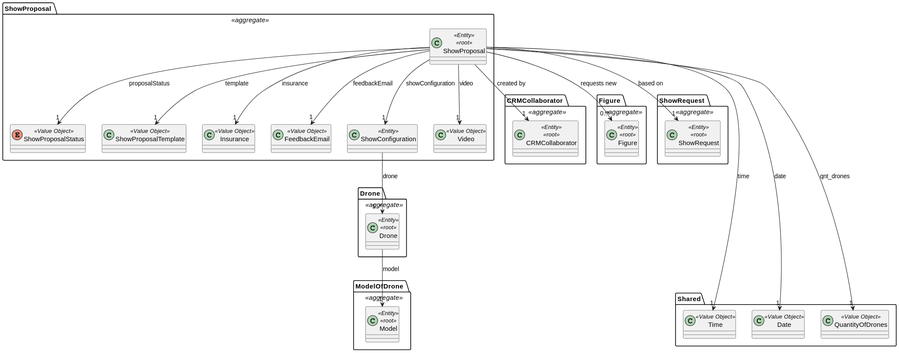
This is docs/global_artifacts/analysis/images/domain_model_show_proposal.svg from diogoveirospro/sem4pi-2024-2025-sem4pi_2024_2025_g44, a PlantUML export, as it was before one commit.
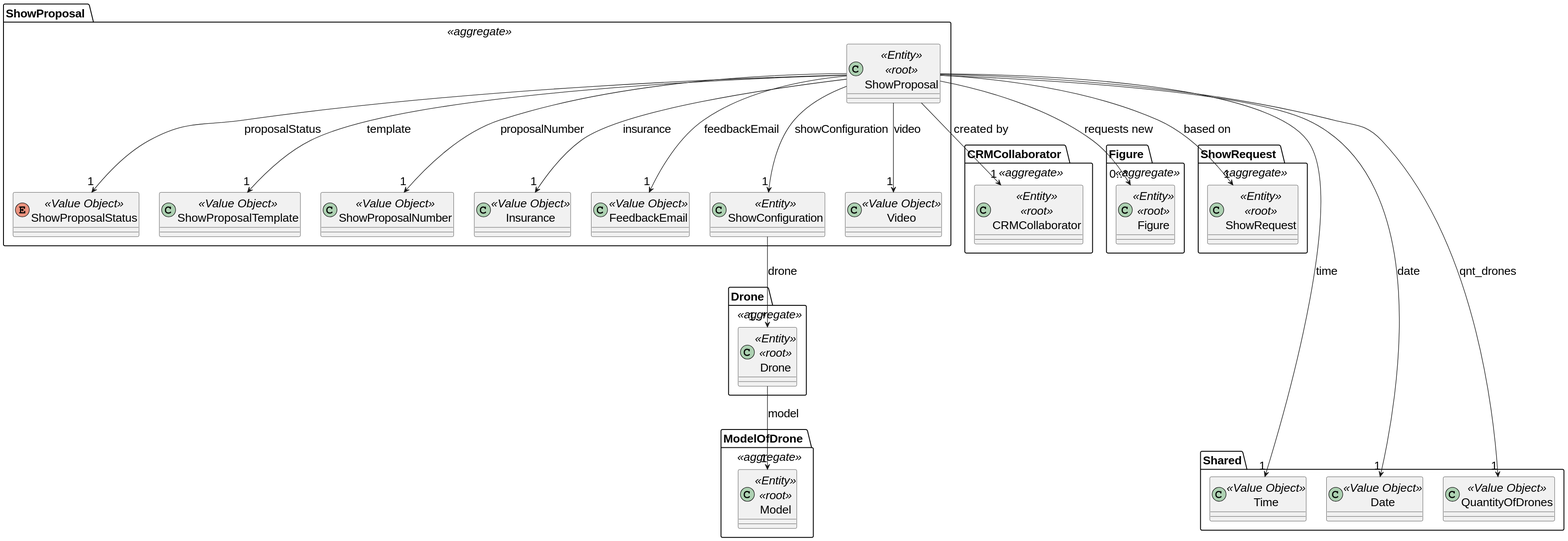
Above is the later version.

Diff of the diagram source:
```diff
@@ -1,4 +1,6 @@
 @startuml
+skinparamlocked defaultFontSize 20
+
 package "CRMCollaborator " <<aggregate>> {
 
     class CRMCollaborator <<Entity>> <<root>>{
@@ -41,6 +43,10 @@
 
     class ShowProposalTemplate <<Value Object>>{
     }
+
+    class ShowProposalNumber <<Value Object>>{
+    }
+
     class Insurance <<Value Object>>{
     }
 
@@ -49,8 +55,9 @@
 
     class ShowConfiguration <<Entity>>{
     }
-        class Video <<Value Object>>{
-        }
+
+    class Video <<Value Object>>{
+    }
 
 
      ShowProposal --> "1" Video: video
@@ -61,9 +68,10 @@
     ShowProposal --> "1" ShowProposalStatus: proposalStatus
     ShowProposal --> "0..*" Figure : requests new
     ShowProposal --> "1" ShowProposalTemplate: template
+    ShowProposal --> "1" ShowProposalNumber: proposalNumber
     ShowConfiguration --> "1..*" Drone: drone
     ShowProposal --> "1" Insurance: insurance
-        ShowProposal --> "1" ShowConfiguration: showConfiguration
+    ShowProposal --> "1" ShowConfiguration: showConfiguration
      Drone --> "1" Model: model
 }
 
```
